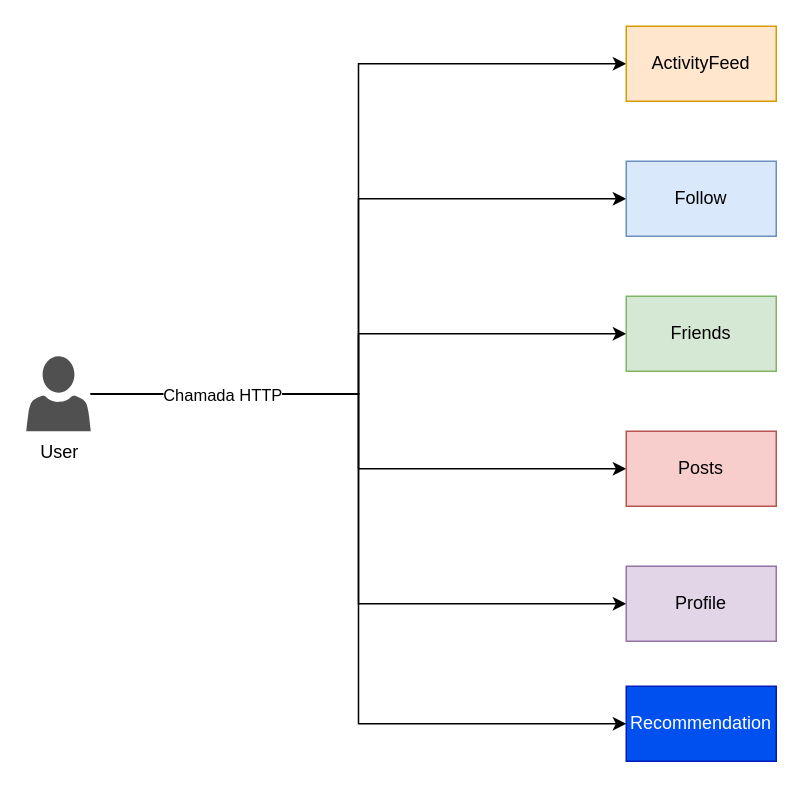
Before: page "SocialService" (5 of 35) of Architecture.drawio in AlanEdward19/ShapeUp, a draw.io diagram. Source tidied: cells renumbered, new cells numbered last; positions are measured from the earlier drawing's top-left corner, leaving out a move shared by most shapes. Both pictures are drawn from the tidied source at 150%, with x=0, y=0 at pixel (26, 26).
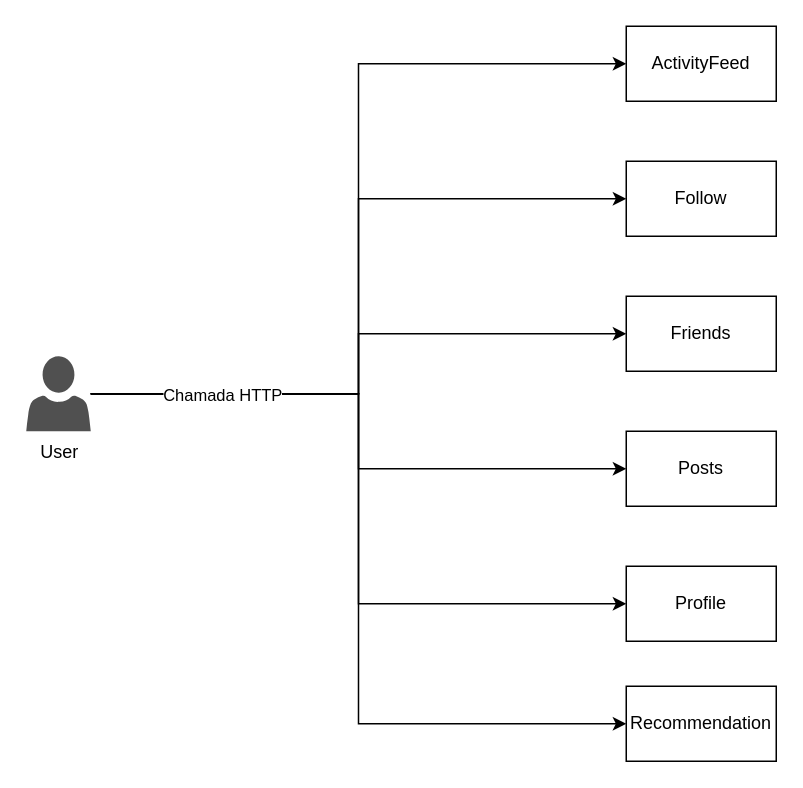
The same page after the edit.

The edit, as a diff of the source:
```diff
@@
 <mxGraphModel>
   <root>
     <mxCell id="0" />
     <mxCell id="1" parent="0" />
     <mxCell id="2" style="edgeStyle=orthogonalEdgeStyle;rounded=0;jettySize=auto;html=1;entryX=0;entryY=0.5;entryDx=0;entryDy=0;" parent="1" edge="1" source="9" target="11">
       <mxGeometry relative="1" as="geometry" />
     </mxCell>
     <mxCell id="3" style="edgeStyle=orthogonalEdgeStyle;rounded=0;jettySize=auto;html=1;entryX=0;entryY=0.5;entryDx=0;entryDy=0;" parent="1" edge="1" source="9" target="12">
       <mxGeometry relative="1" as="geometry" />
     </mxCell>
     <mxCell id="4" style="edgeStyle=orthogonalEdgeStyle;rounded=0;jettySize=auto;html=1;entryX=0;entryY=0.5;entryDx=0;entryDy=0;" parent="1" edge="1" source="9" target="13">
       <mxGeometry relative="1" as="geometry" />
     </mxCell>
     <mxCell id="5" style="edgeStyle=orthogonalEdgeStyle;rounded=0;jettySize=auto;html=1;entryX=0;entryY=0.5;entryDx=0;entryDy=0;" parent="1" edge="1" source="9" target="14">
       <mxGeometry relative="1" as="geometry" />
     </mxCell>
     <mxCell id="6" style="edgeStyle=orthogonalEdgeStyle;rounded=0;jettySize=auto;html=1;entryX=0;entryY=0.5;entryDx=0;entryDy=0;" parent="1" edge="1" source="9" target="10">
       <mxGeometry relative="1" as="geometry" />
     </mxCell>
     <mxCell id="7" style="edgeStyle=orthogonalEdgeStyle;rounded=0;jettySize=auto;html=1;entryX=0;entryY=0.5;entryDx=0;entryDy=0;" parent="1" edge="1" source="9" target="15">
       <mxGeometry relative="1" as="geometry" />
     </mxCell>
     <mxCell id="8" value="Chamada HTTP" style="edgeLabel;html=1;align=center;verticalAlign=middle;" parent="7" vertex="1">
       <mxGeometry x="-0.79" y="-2" relative="1" as="geometry">
         <mxPoint x="26" y="-2" as="offset" />
       </mxGeometry>
     </mxCell>
     <mxCell id="9" value="User" style="sketch=0;shadow=0;dashed=0;html=1;strokeColor=none;labelPosition=center;verticalLabelPosition=bottom;verticalAlign=top;align=center;fillColor=#505050;shape=mxgraph.mscae.intune.account_portal;" parent="1" vertex="1">
       <mxGeometry y="220" width="43" height="50" as="geometry" />
     </mxCell>
-    <mxCell id="10" value="Profile" style="whiteSpace=wrap;html=1;fillColor=#e1d5e7;strokeColor=#9673a6;" parent="1" vertex="1">
+    <mxCell id="10" value="Profile" style="whiteSpace=wrap;html=1;" parent="1" vertex="1">
       <mxGeometry x="400" y="360" width="100" height="50" as="geometry" />
     </mxCell>
-    <mxCell id="11" value="ActivityFeed" style="whiteSpace=wrap;html=1;fillColor=#ffe6cc;strokeColor=#d79b00;" parent="1" vertex="1">
+    <mxCell id="11" value="ActivityFeed" style="whiteSpace=wrap;html=1;" parent="1" vertex="1">
       <mxGeometry x="400" width="100" height="50" as="geometry" />
     </mxCell>
-    <mxCell id="12" value="Follow" style="whiteSpace=wrap;html=1;fillColor=#dae8fc;strokeColor=#6c8ebf;" parent="1" vertex="1">
+    <mxCell id="12" value="Follow" style="whiteSpace=wrap;html=1;" parent="1" vertex="1">
       <mxGeometry x="400" y="90" width="100" height="50" as="geometry" />
     </mxCell>
-    <mxCell id="13" value="Friends" style="whiteSpace=wrap;html=1;fillColor=#d5e8d4;strokeColor=#82b366;" parent="1" vertex="1">
+    <mxCell id="13" value="Friends" style="whiteSpace=wrap;html=1;" parent="1" vertex="1">
       <mxGeometry x="400" y="180" width="100" height="50" as="geometry" />
     </mxCell>
-    <mxCell id="14" value="Posts" style="whiteSpace=wrap;html=1;fillColor=#f8cecc;strokeColor=#b85450;" parent="1" vertex="1">
+    <mxCell id="14" value="Posts" style="whiteSpace=wrap;html=1;" parent="1" vertex="1">
       <mxGeometry x="400" y="270" width="100" height="50" as="geometry" />
     </mxCell>
-    <mxCell id="15" value="Recommendation" style="whiteSpace=wrap;html=1;fillColor=#0050ef;fontColor=#ffffff;strokeColor=#001DBC;" parent="1" vertex="1">
+    <mxCell id="15" value="Recommendation" style="whiteSpace=wrap;html=1;" parent="1" vertex="1">
       <mxGeometry x="400" y="440" width="100" height="50" as="geometry" />
     </mxCell>
   </root>
 </mxGraphModel>
```
